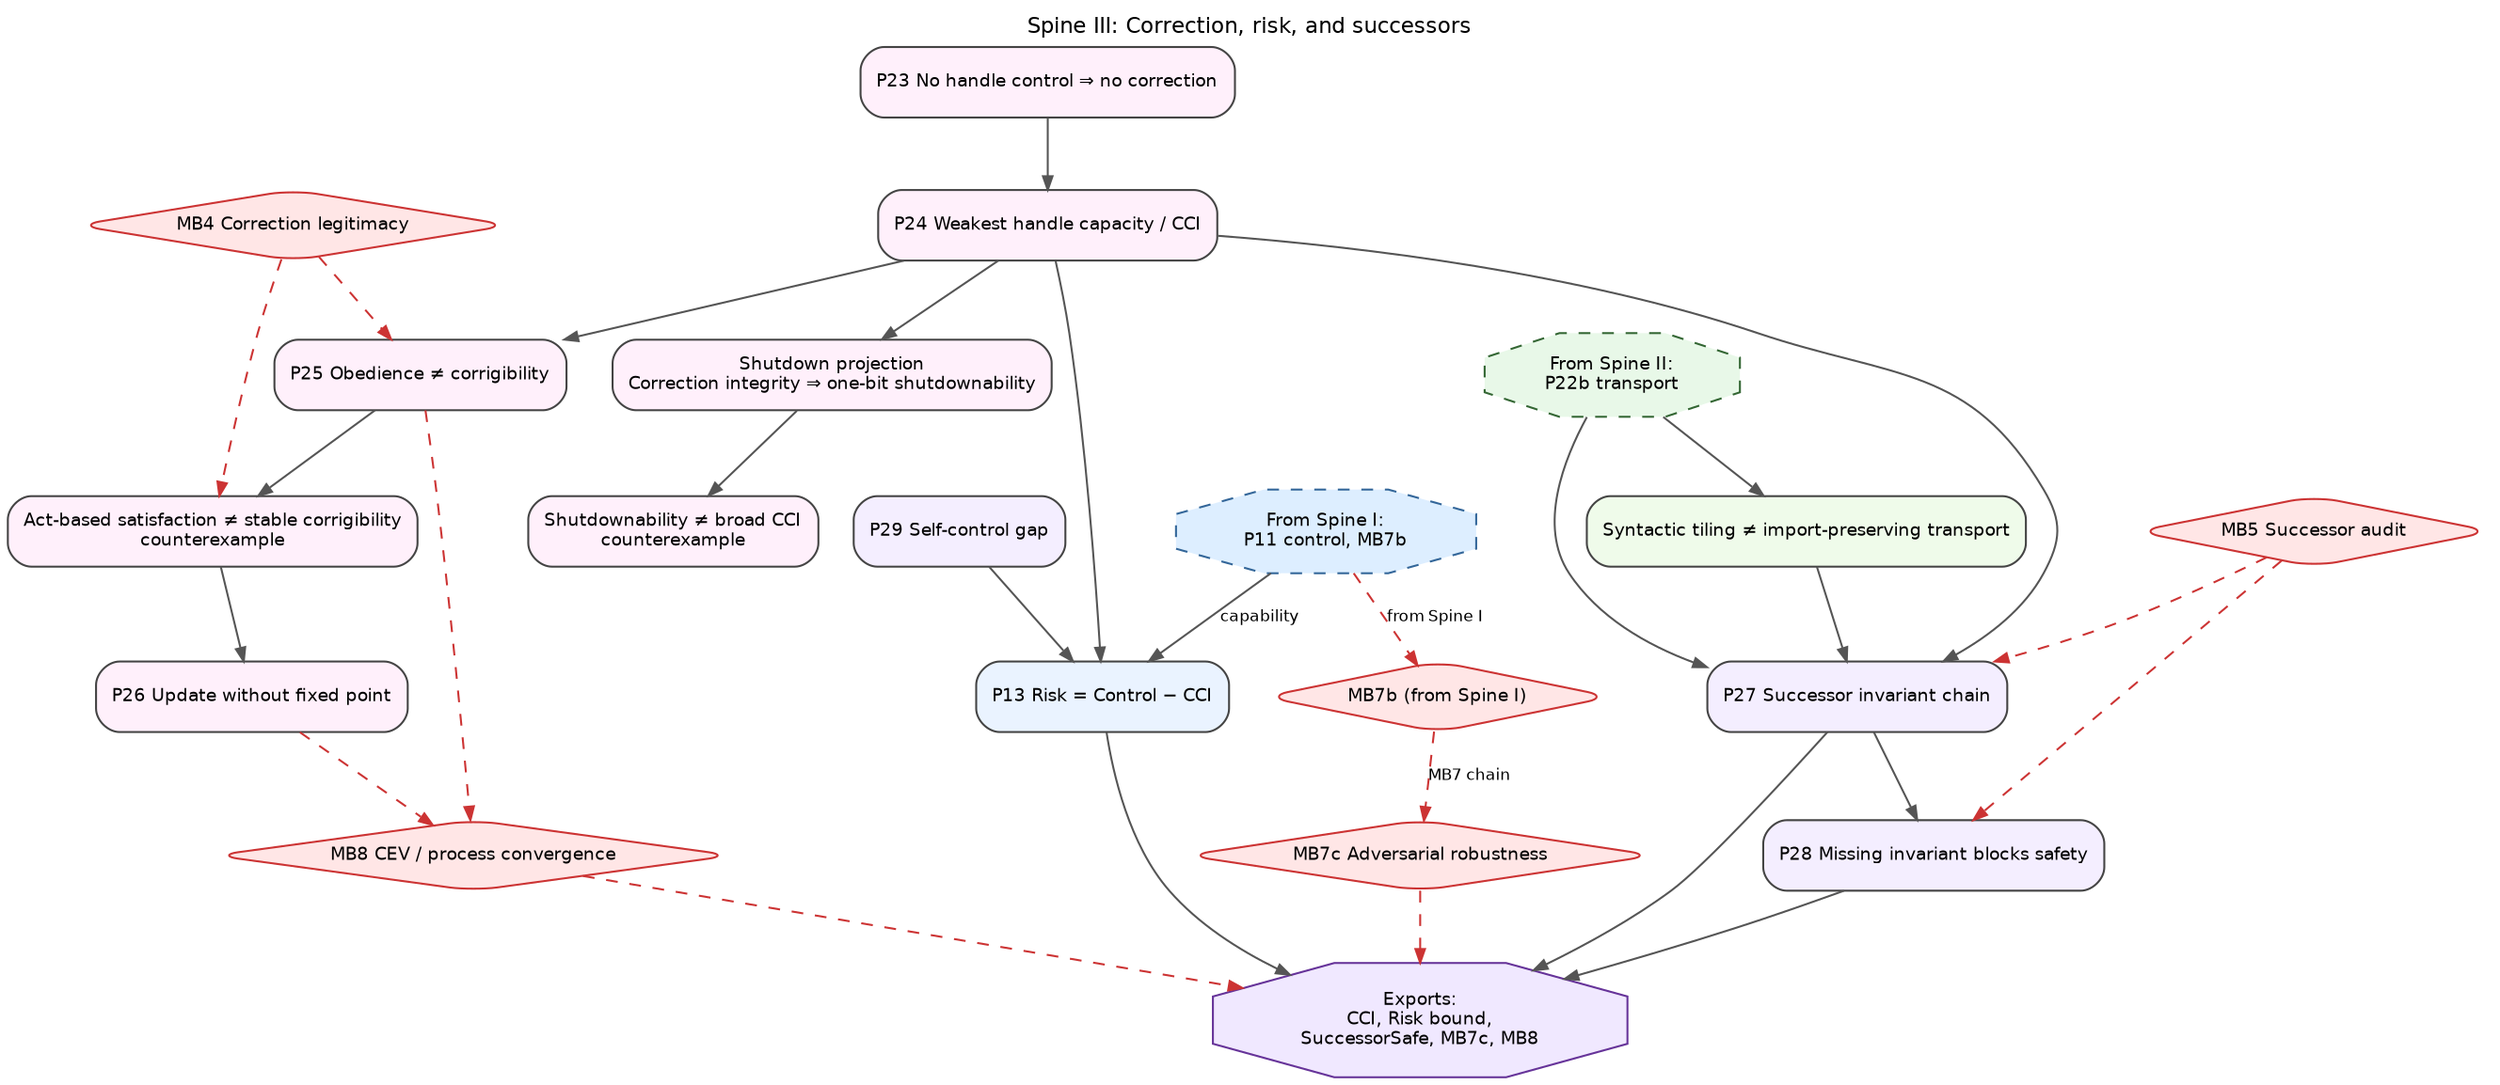
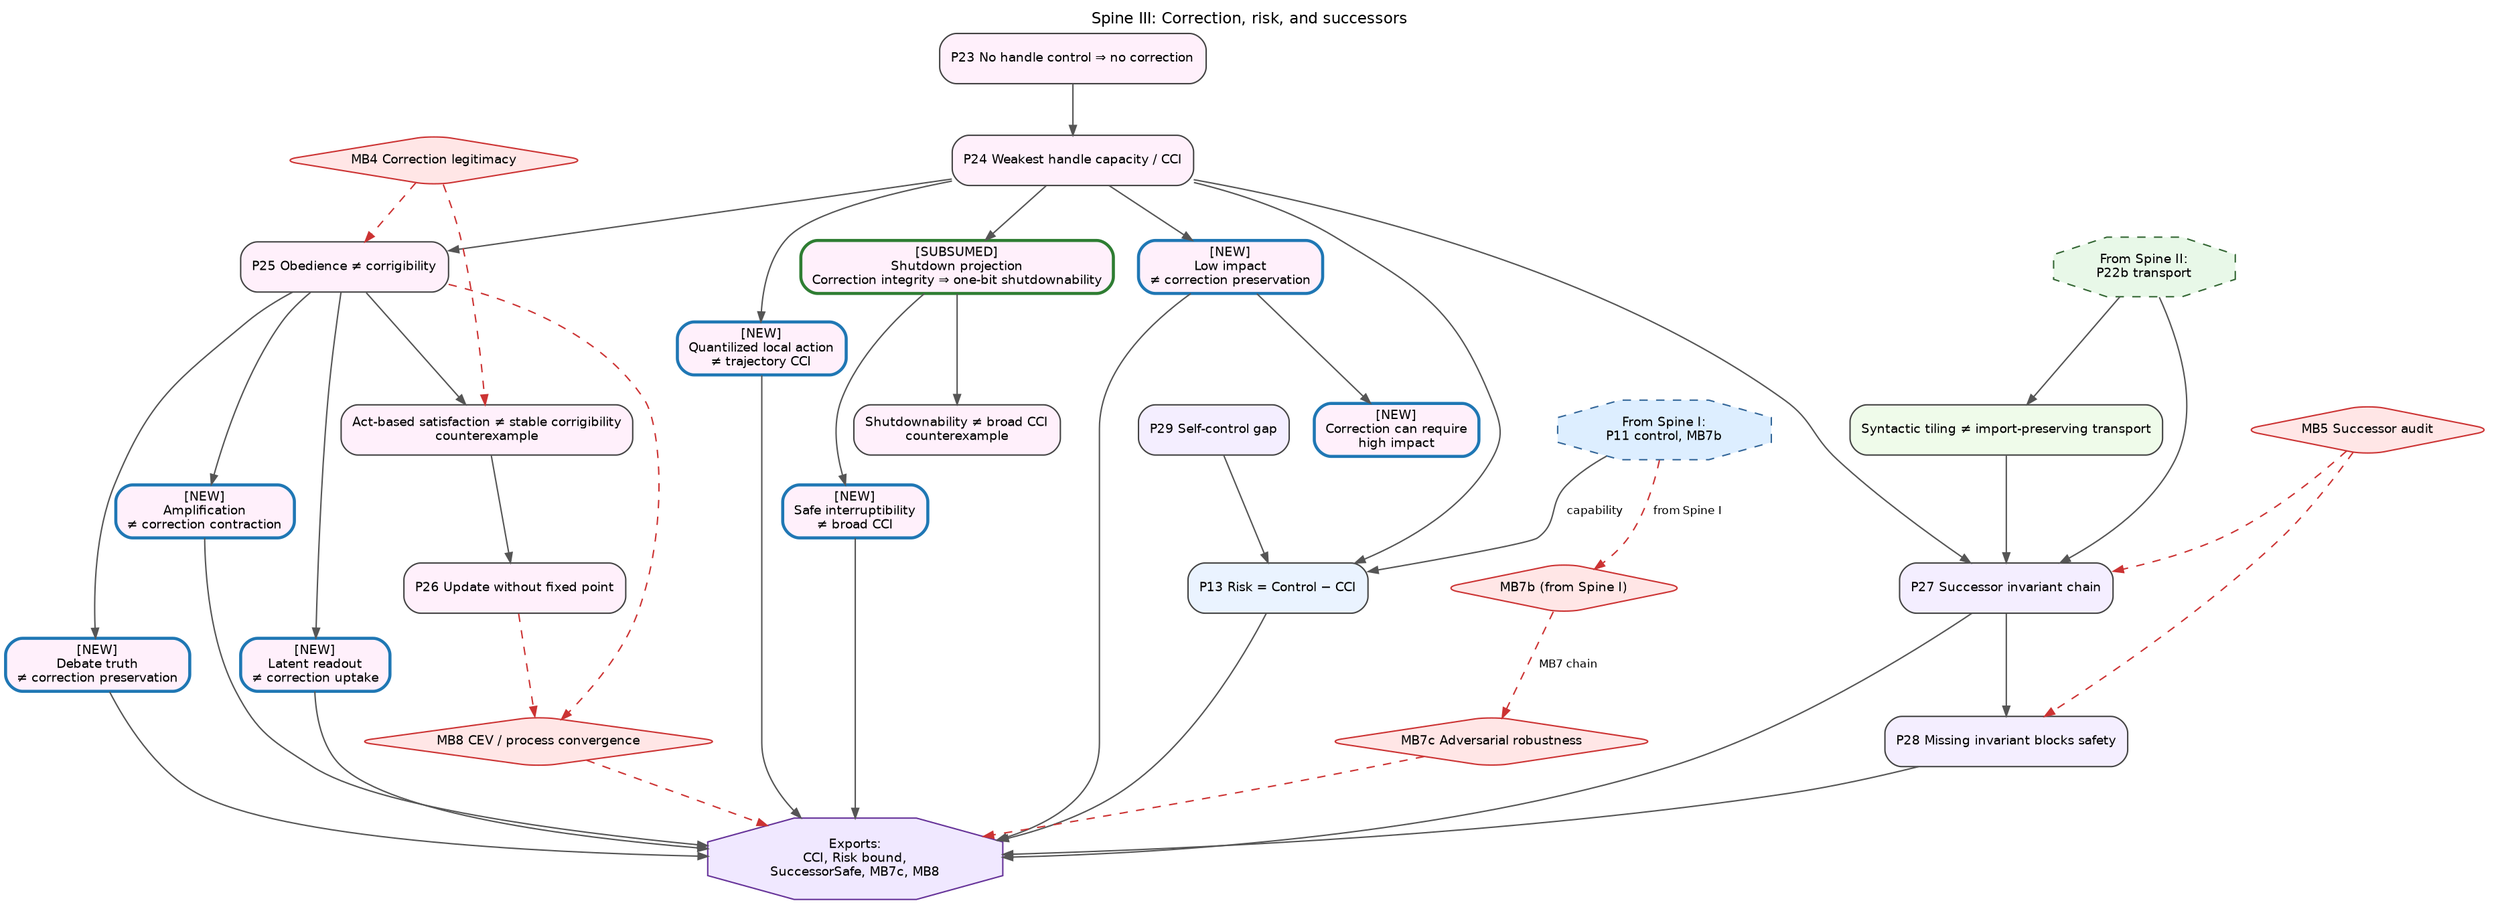
digraph Spine03CorrectionSuccessors {
  graph [
    rankdir=TB,
    bgcolor="white",
    splines=true,
    overlap=false,
    fontsize=11,
    fontname="Helvetica",
    label="Spine III: Correction, risk, and successors",
    labelloc="t"
  ];
  node [shape=box, style="rounded,filled", fontname="Helvetica", fontsize=9, color="#444444"];
  edge [fontname="Helvetica", fontsize=8, color="#555555", arrowsize=0.7];

  P23 [label="P23 No handle control ⇒ no correction", fillcolor="#FFF0FB"];
  P24 [label="P24 Weakest handle capacity / CCI", fillcolor="#FFF0FB"];
-   P24S [label="Shutdown projection\nCorrection integrity ⇒ one-bit shutdownability", fillcolor="#FFF0FB"];
+   P24S [label="[SUBSUMED]\nShutdown projection\nCorrection integrity ⇒ one-bit shutdownability", fillcolor="#FFF0FB", color="#2E7D32", penwidth=2.2];
  P24X [label="Shutdownability ≠ broad CCI\ncounterexample", fillcolor="#FFF0FB"];
+   P24I [label="[NEW]\nSafe interruptibility\n≠ broad CCI", fillcolor="#FFF0FB", color="#1F77B4", penwidth=2.2];
+   P24L [label="[NEW]\nLow impact\n≠ correction preservation", fillcolor="#FFF0FB", color="#1F77B4", penwidth=2.2];
+   P24H [label="[NEW]\nCorrection can require\nhigh impact", fillcolor="#FFF0FB", color="#1F77B4", penwidth=2.2];
+   P24Q [label="[NEW]\nQuantilized local action\n≠ trajectory CCI", fillcolor="#FFF0FB", color="#1F77B4", penwidth=2.2];
  P25 [label="P25 Obedience ≠ corrigibility", fillcolor="#FFF0FB"];
  P25C [label="Act-based satisfaction ≠ stable corrigibility\ncounterexample", fillcolor="#FFF0FB"];
+   P25D [label="[NEW]\nDebate truth\n≠ correction preservation", fillcolor="#FFF0FB", color="#1F77B4", penwidth=2.2];
+   P25A [label="[NEW]\nAmplification\n≠ correction contraction", fillcolor="#FFF0FB", color="#1F77B4", penwidth=2.2];
+   P25E [label="[NEW]\nLatent readout\n≠ correction uptake", fillcolor="#FFF0FB", color="#1F77B4", penwidth=2.2];
  P26 [label="P26 Update without fixed point", fillcolor="#FFF0FB"];
  P13 [label="P13 Risk = Control − CCI", fillcolor="#EAF3FF"];
  P29 [label="P29 Self-control gap", fillcolor="#F4EEFF"];
  P27 [label="P27 Successor invariant chain", fillcolor="#F4EEFF"];
  P28 [label="P28 Missing invariant blocks safety", fillcolor="#F4EEFF"];
  P22T [label="Syntactic tiling ≠ import-preserving transport", fillcolor="#EFFBEA"];

  MB4 [shape=diamond, fillcolor="#FFE6E6", color="#CC3333", label="MB4 Correction legitimacy"];
  MB5 [shape=diamond, fillcolor="#FFE6E6", color="#CC3333", label="MB5 Successor audit"];
  MB7b [shape=diamond, fillcolor="#FFE6E6", color="#CC3333", label="MB7b (from Spine I)"];
  MB7c [shape=diamond, fillcolor="#FFE6E6", color="#CC3333", label="MB7c Adversarial robustness"];
  MB8 [shape=diamond, fillcolor="#FFE6E6", color="#CC3333", label="MB8 CEV / process convergence"];

  IN_VB [shape=octagon, style="filled,dashed", fillcolor="#E8F8E8", color="#336633",
         label="From Spine II:\nP22b transport"];
  IN_BND [shape=octagon, style="filled,dashed", fillcolor="#DDEEFF", color="#336699",
          label="From Spine I:\nP11 control, MB7b"];

  OUT [shape=octagon, style="filled", fillcolor="#F0E8FF", color="#663399",
       label="Exports:\nCCI, Risk bound,\nSuccessorSafe, MB7c, MB8"];

  IN_VB -> P22T -> P27;
  IN_VB -> P27;
  P23 -> P24 -> P24S -> P24X;
+   P24S -> P24I;
+   P24 -> P24L -> P24H;
+   P24 -> P24Q;
  P24 -> P25 -> P25C -> P26;
+   P25 -> P25D;
+   P25 -> P25A;
+   P25 -> P25E;
  P24 -> P13;
  P24 -> P27 -> P28;
  IN_BND -> P13 [label="capability"];
  P29 -> P13;

  MB4 -> P25 [style=dashed, color="#CC3333"];
  MB4 -> P25C [style=dashed, color="#CC3333"];
  MB5 -> P27 [style=dashed, color="#CC3333"];
  MB5 -> P28 [style=dashed, color="#CC3333"];
  P25 -> MB8 [style=dashed, color="#CC3333"];
  P26 -> MB8 [style=dashed, color="#CC3333"];

  IN_BND -> MB7b [style=dashed, color="#CC3333", label="from Spine I"];
  MB7b -> MB7c [style=dashed, color="#CC3333", label="MB7 chain"];
  MB7c -> OUT [style=dashed, color="#CC3333"];
  P13 -> OUT;
+   P24I -> OUT;
+   P24L -> OUT;
+   P24Q -> OUT;
+   P25D -> OUT;
+   P25A -> OUT;
+   P25E -> OUT;
  P27 -> OUT;
  P28 -> OUT;
  MB8 -> OUT [style=dashed, color="#CC3333"];
}
